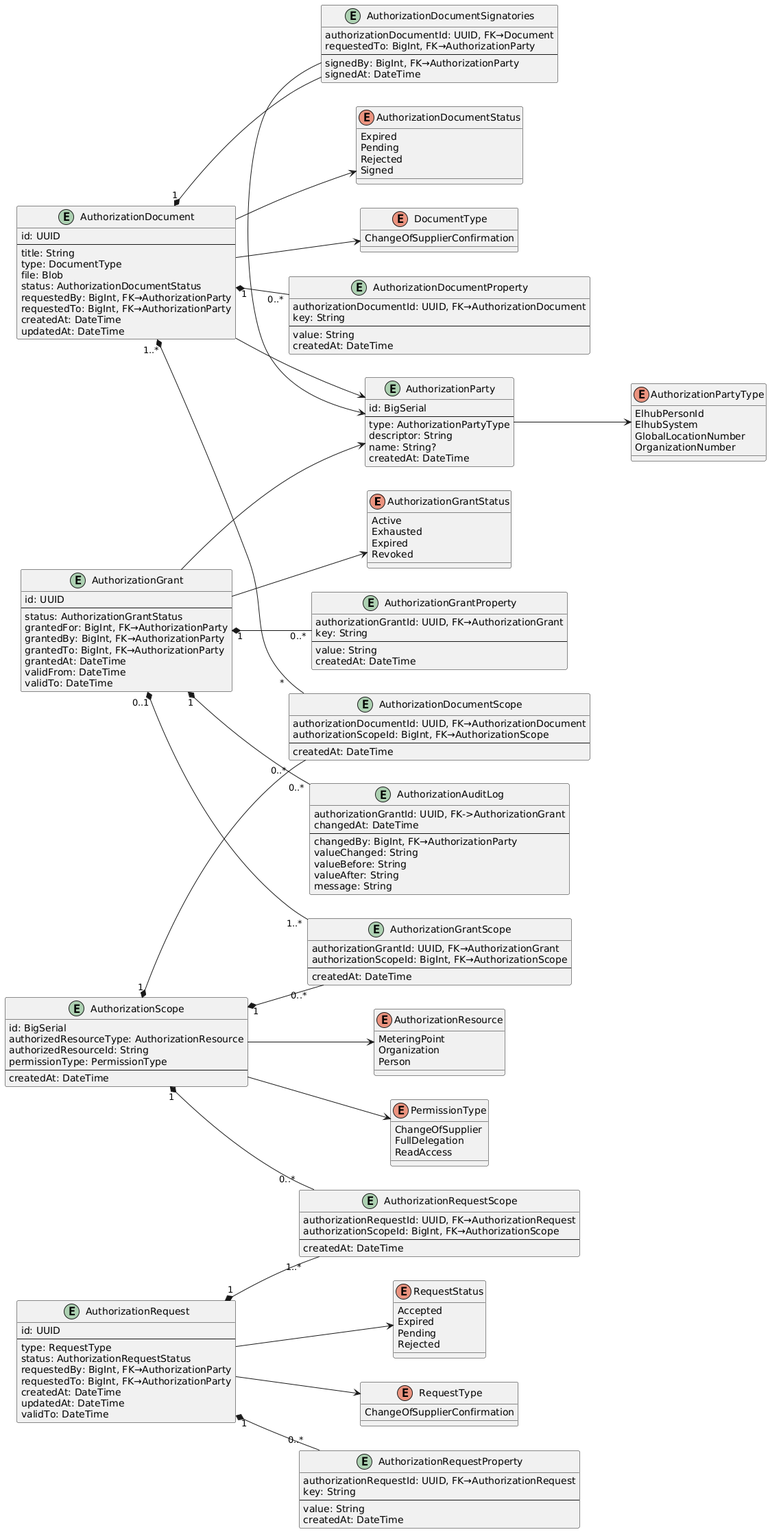
Above: docs/assets/datamodel.png in elhub/auth-grant-manager (PlantUML), before the change. Source of this version:
```plantuml
@startuml datamodel
left to right direction


enum AuthorizationGrantStatus {
  Active
  Exhausted
  Expired
  Revoked
}

enum AuthorizationResource {
  MeteringPoint
  Organization
  Person
}

enum PermissionType {
  ChangeOfSupplier
  FullDelegation
  ReadAccess
}

enum AuthorizationDocumentStatus {
  Expired
  Pending
  Rejected
  Signed
}

enum RequestStatus {
  Accepted
  Expired
  Pending
  Rejected
}

enum AuthorizationPartyType {
  ElhubPersonId
  ElhubSystem
  GlobalLocationNumber
  OrganizationNumber
}

enum DocumentType {
  ChangeOfSupplierConfirmation
}

enum RequestType {
  ChangeOfSupplierConfirmation
}

entity AuthorizationGrant {
  id: UUID
  --
  status: AuthorizationGrantStatus
  grantedFor: BigInt, FK→AuthorizationParty
  grantedBy: BigInt, FK→AuthorizationParty
  grantedTo: BigInt, FK→AuthorizationParty
  grantedAt: DateTime
  validFrom: DateTime
  validTo: DateTime
}

entity AuthorizationGrantProperty {
  authorizationGrantId: UUID, FK→AuthorizationGrant
  key: String
  --
  value: String
  createdAt: DateTime
}

entity AuthorizationAuditLog {
  authorizationGrantId: UUID, FK->AuthorizationGrant
  changedAt: DateTime
  --
  changedBy: BigInt, FK→AuthorizationParty
  valueChanged: String
  valueBefore: String
  valueAfter: String
  message: String
}

entity AuthorizationRequest {
  id: UUID
  --
  type: RequestType
  status: AuthorizationRequestStatus
  requestedBy: BigInt, FK→AuthorizationParty
  requestedTo: BigInt, FK→AuthorizationParty
  createdAt: DateTime
  updatedAt: DateTime
  validTo: DateTime
}

entity AuthorizationRequestProperty {
  authorizationRequestId: UUID, FK→AuthorizationRequest
  key: String
  --
  value: String
  createdAt: DateTime
}

entity AuthorizationDocument {
  id: UUID
  --
  title: String
  type: DocumentType
  file: Blob
  status: AuthorizationDocumentStatus
  requestedBy: BigInt, FK→AuthorizationParty
  requestedTo: BigInt, FK→AuthorizationParty
  createdAt: DateTime
  updatedAt: DateTime
}

entity AuthorizationDocumentProperty {
  authorizationDocumentId: UUID, FK→AuthorizationDocument
  key: String
  --
  value: String
  createdAt: DateTime
}

entity AuthorizationDocumentSignatories {
  authorizationDocumentId: UUID, FK→Document
  requestedTo: BigInt, FK→AuthorizationParty
  --
  signedBy: BigInt, FK→AuthorizationParty
  signedAt: DateTime
}

entity AuthorizationGrantScope {
  authorizationGrantId: UUID, FK→AuthorizationGrant
  authorizationScopeId: BigInt, FK→AuthorizationScope
  --
  createdAt: DateTime
}

entity AuthorizationDocumentScope {
  authorizationDocumentId: UUID, FK→AuthorizationDocument
  authorizationScopeId: BigInt, FK→AuthorizationScope
  --
  createdAt: DateTime
}

entity AuthorizationRequestScope {
  authorizationRequestId: UUID, FK→AuthorizationRequest
  authorizationScopeId: BigInt, FK→AuthorizationScope
  --
  createdAt: DateTime
}

entity AuthorizationScope {
  id: BigSerial
  authorizedResourceType: AuthorizationResource
  authorizedResourceId: String
  permissionType: PermissionType
  --
  createdAt: DateTime
}

entity AuthorizationParty {
  id: BigSerial
  --
  type: AuthorizationPartyType
  descriptor: String
  name: String?
  createdAt: DateTime
}

AuthorizationGrant "1" *-- "0..*" AuthorizationGrantProperty
AuthorizationGrant "0..1" *-- "1..*" AuthorizationGrantScope
AuthorizationGrant "1" *-- "0..*" AuthorizationAuditLog
AuthorizationGrant --> AuthorizationGrantStatus
AuthorizationGrant --> AuthorizationParty
AuthorizationScope --> AuthorizationResource
AuthorizationScope --> PermissionType
AuthorizationScope "1" *-- "0..*" AuthorizationGrantScope
AuthorizationScope "1" *-- "0..*" AuthorizationRequestScope
AuthorizationScope "1" *-- "0..*" AuthorizationDocumentScope
AuthorizationDocument "1" *-- "0..*" AuthorizationDocumentProperty
AuthorizationDocument "1" *-- AuthorizationDocumentSignatories
AuthorizationDocument "1..*" *-- "*" AuthorizationDocumentScope
AuthorizationDocument --> DocumentType
AuthorizationDocument --> AuthorizationDocumentStatus
AuthorizationDocument --> AuthorizationParty
AuthorizationDocumentSignatories -> AuthorizationParty
AuthorizationRequest "1" *-- "0..*" AuthorizationRequestProperty
AuthorizationRequest "1" *-- "1..*" AuthorizationRequestScope
AuthorizationRequest --> RequestType
AuthorizationRequest --> RequestStatus
AuthorizationParty --> AuthorizationPartyType

@enduml
```
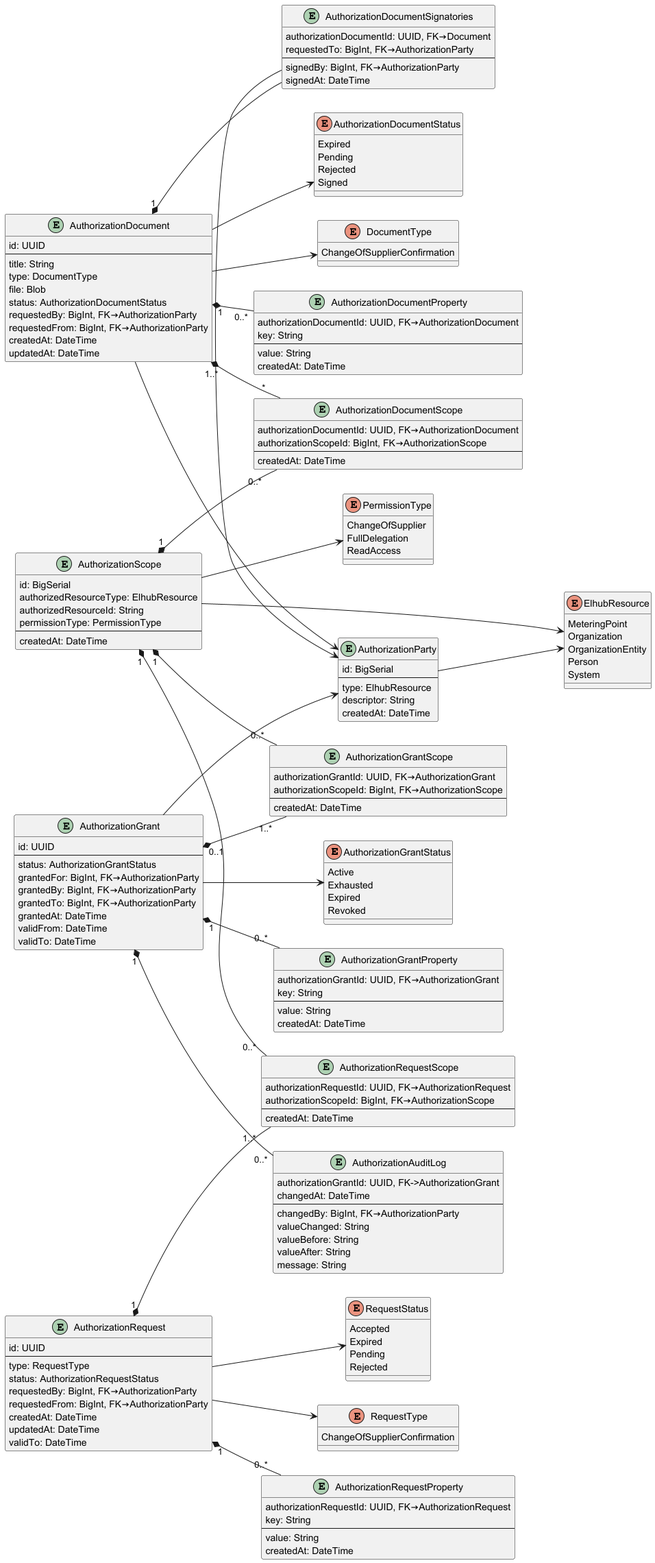
Above is the later version.

Diff of the diagram source:
```diff
@@ -7,12 +7,6 @@
   Exhausted
   Expired
   Revoked
-}
-
-enum AuthorizationResource {
-  MeteringPoint
-  Organization
-  Person
 }
 
 enum PermissionType {
@@ -35,11 +29,12 @@
   Rejected
 }
 
-enum AuthorizationPartyType {
-  ElhubPersonId
-  ElhubSystem
-  GlobalLocationNumber
-  OrganizationNumber
+enum ElhubResource {
+  MeteringPoint
+  Organization
+  OrganizationEntity
+  Person
+  System
 }
 
 enum DocumentType {
@@ -87,7 +82,7 @@
   type: RequestType
   status: AuthorizationRequestStatus
   requestedBy: BigInt, FK→AuthorizationParty
-  requestedTo: BigInt, FK→AuthorizationParty
+  requestedFrom: BigInt, FK→AuthorizationParty
   createdAt: DateTime
   updatedAt: DateTime
   validTo: DateTime
@@ -109,7 +104,7 @@
   file: Blob
   status: AuthorizationDocumentStatus
   requestedBy: BigInt, FK→AuthorizationParty
-  requestedTo: BigInt, FK→AuthorizationParty
+  requestedFrom: BigInt, FK→AuthorizationParty
   createdAt: DateTime
   updatedAt: DateTime
 }
@@ -153,7 +148,7 @@
 
 entity AuthorizationScope {
   id: BigSerial
-  authorizedResourceType: AuthorizationResource
+  authorizedResourceType: ElhubResource
   authorizedResourceId: String
   permissionType: PermissionType
   --
@@ -163,9 +158,8 @@
 entity AuthorizationParty {
   id: BigSerial
   --
-  type: AuthorizationPartyType
+  type: ElhubResource
   descriptor: String
-  name: String?
   createdAt: DateTime
 }
 
@@ -174,7 +168,7 @@
 AuthorizationGrant "1" *-- "0..*" AuthorizationAuditLog
 AuthorizationGrant --> AuthorizationGrantStatus
 AuthorizationGrant --> AuthorizationParty
-AuthorizationScope --> AuthorizationResource
+AuthorizationScope --> ElhubResource
 AuthorizationScope --> PermissionType
 AuthorizationScope "1" *-- "0..*" AuthorizationGrantScope
 AuthorizationScope "1" *-- "0..*" AuthorizationRequestScope
@@ -190,6 +184,6 @@
 AuthorizationRequest "1" *-- "1..*" AuthorizationRequestScope
 AuthorizationRequest --> RequestType
 AuthorizationRequest --> RequestStatus
-AuthorizationParty --> AuthorizationPartyType
+AuthorizationParty --> ElhubResource
 
 @enduml
```
